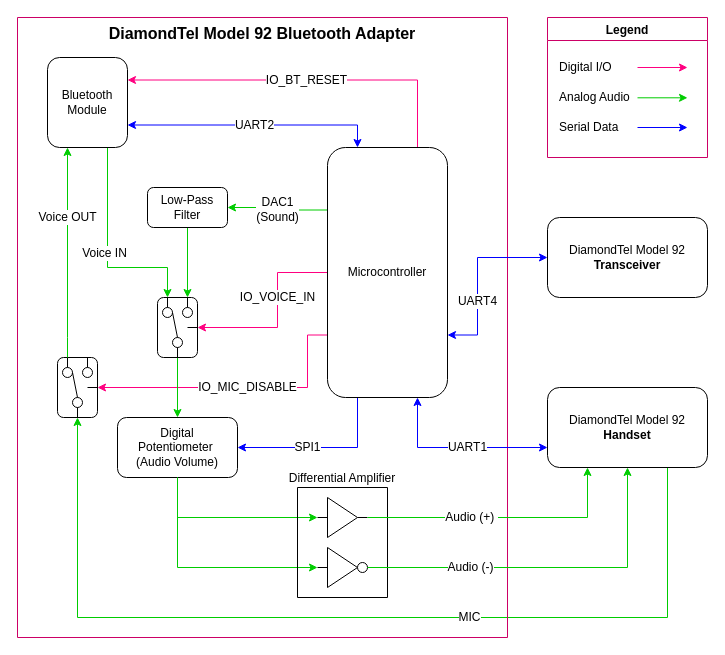
The draw.io diagram drawio/circuit_component_diagram.drawio in UselessPickles/diamondtel-m92-bluetooth, before the edit. Source tidied: cells renumbered, new cells numbered last; positions are measured from the earlier drawing's top-left corner, leaving out a move shared by most shapes. Both pictures are drawn from the tidied source at 100%, with x=0, y=0 at pixel (17, 17).
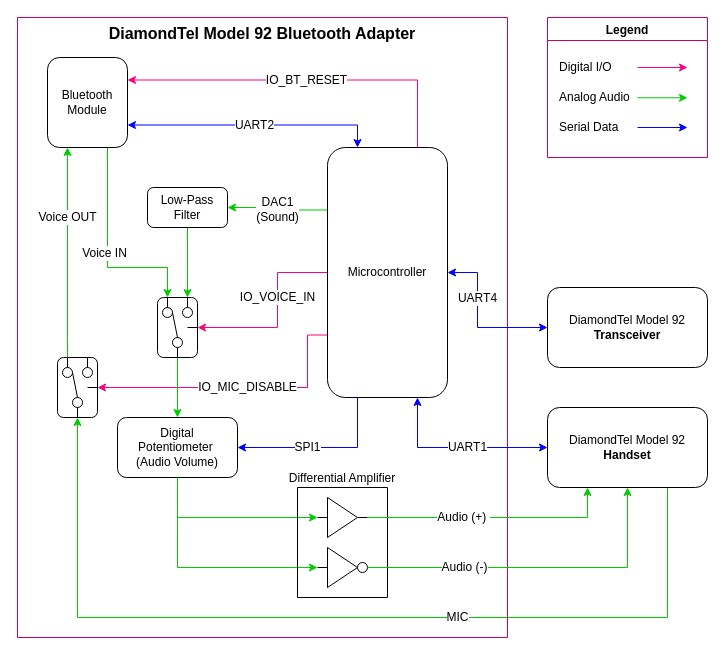
The same diagram, later.

Commit message (it also covers changes not shown here):
Minor improvements to the circuit component diagram

The change refers to these unchanged cells:
```xml
<mxCell id="11" value="Microcontroller" style="rounded=1;whiteSpace=wrap;html=1;" parent="4" vertex="1">
  <mxGeometry x="310" y="130" width="120" height="250" as="geometry" />
</mxCell>
```

Diff of the diagram source:
```diff
@@
     <mxCell id="3" value="DiamondTel Model 92&lt;br&gt;&lt;b&gt;Handset&lt;/b&gt;" style="rounded=1;whiteSpace=wrap;html=1;" parent="1" vertex="1">
-      <mxGeometry x="530" y="370" width="160" height="80" as="geometry" />
+      <mxGeometry x="530" y="390" width="160" height="80" as="geometry" />
     </mxCell>
@@
     <mxCell id="45" value="DiamondTel Model 92&lt;br&gt;&lt;b&gt;Transceiver&lt;/b&gt;" style="rounded=1;whiteSpace=wrap;html=1;" parent="1" vertex="1">
-      <mxGeometry x="530" y="200" width="160" height="80" as="geometry" />
+      <mxGeometry x="530" y="270" width="160" height="80" as="geometry" />
     </mxCell>
-    <mxCell id="46" value="UART1" style="edgeStyle=orthogonalEdgeStyle;rounded=0;jettySize=auto;html=1;exitX=0.75;exitY=1;exitDx=0;exitDy=0;strokeColor=#0000FF;startArrow=classic;startFill=1;fontSize=12;entryX=0;entryY=0.75;entryDx=0;entryDy=0;" parent="1" edge="1" source="11" target="3">
+    <mxCell id="46" value="UART1" style="edgeStyle=orthogonalEdgeStyle;rounded=0;jettySize=auto;html=1;exitX=0.75;exitY=1;exitDx=0;exitDy=0;strokeColor=#0000FF;startArrow=classic;startFill=1;fontSize=12;entryX=0;entryY=0.5;entryDx=0;entryDy=0;" parent="1" edge="1" source="11" target="3">
       <mxGeometry x="0.11" relative="1" as="geometry">
         <Array as="points">
           <mxPoint x="400" y="430" />
           <mxPoint x="530" y="430" />
         </Array>
       </mxGeometry>
     </mxCell>
-    <mxCell id="47" value="UART4" style="edgeStyle=orthogonalEdgeStyle;rounded=0;jettySize=auto;html=1;exitX=1;exitY=0.75;exitDx=0;exitDy=0;entryX=0;entryY=0.5;entryDx=0;entryDy=0;strokeColor=#0000FF;startArrow=classic;startFill=1;fontSize=12;" parent="1" edge="1" source="11" target="45">
+    <mxCell id="47" value="UART4" style="edgeStyle=orthogonalEdgeStyle;rounded=0;jettySize=auto;html=1;exitX=1;exitY=0.5;exitDx=0;exitDy=0;entryX=0;entryY=0.5;entryDx=0;entryDy=0;strokeColor=#0000FF;startArrow=classic;startFill=1;fontSize=12;" parent="1" edge="1" source="11" target="45">
       <mxGeometry x="-0.28" relative="1" as="geometry">
         <Array as="points">
-          <mxPoint x="460" y="317" />
-          <mxPoint x="460" y="240" />
+          <mxPoint x="460" y="255" />
+          <mxPoint x="460" y="310" />
         </Array>
       </mxGeometry>
     </mxCell>
```
